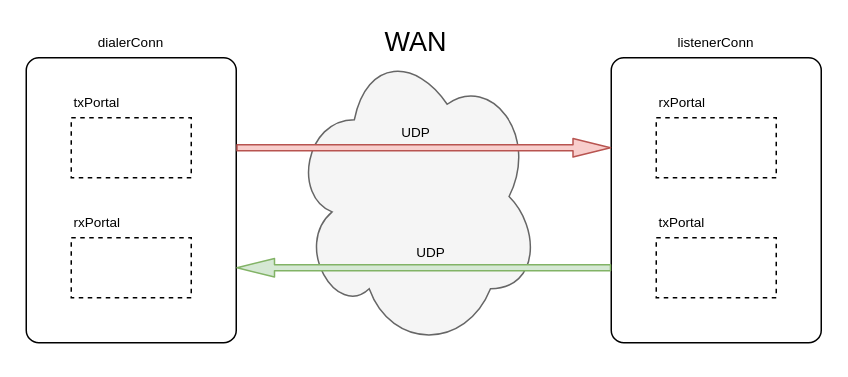
The draw.io diagram docs/images/concepts/westworld.drawio in openziti/dilithium, before the edit. Source tidied: cells renumbered, new cells numbered last; positions are measured from the earlier drawing's top-left corner, leaving out a move shared by most shapes. Both pictures are drawn from the tidied source at 150%, with x=0, y=0 at pixel (26, 27).
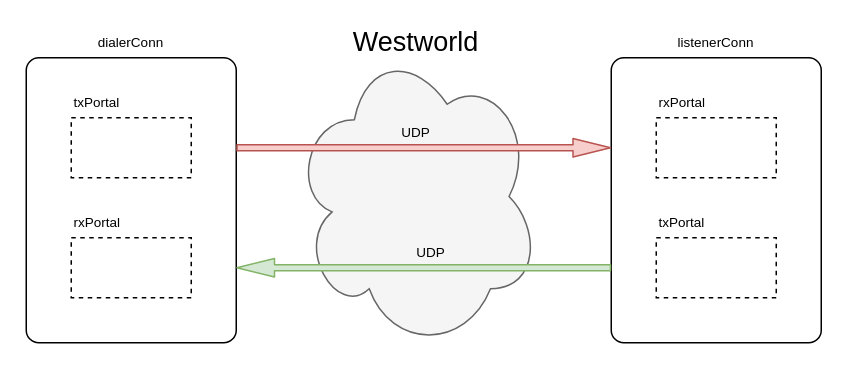
After the change.

Diff of the diagram source:
```diff
@@
-    <mxCell id="19" value="WAN" style="text;html=1;strokeColor=none;fillColor=none;align=center;verticalAlign=middle;whiteSpace=wrap;rounded=0;fontSize=18;" parent="1" vertex="1">
+    <mxCell id="19" value="Westworld" style="text;html=1;strokeColor=none;fillColor=none;align=center;verticalAlign=middle;whiteSpace=wrap;rounded=0;fontSize=18;" parent="1" vertex="1">
       <mxGeometry x="240" width="40" height="20" as="geometry" />
     </mxCell>
```
